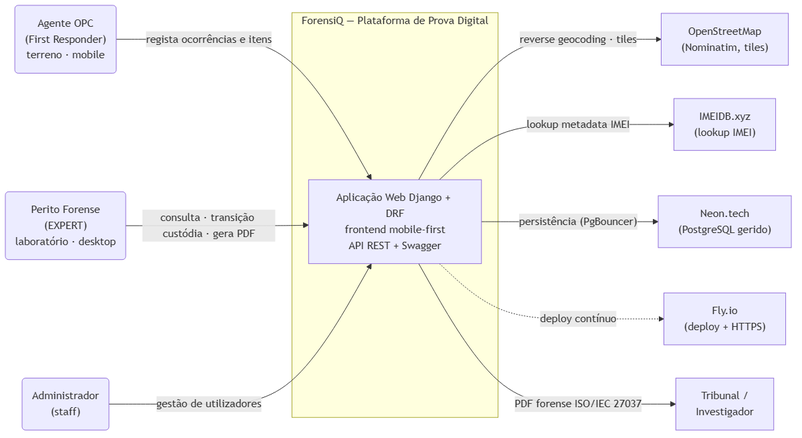
Before: docs/architecture/c4-context.png, a diagram exported from Mermaid (joao-pt/ForensiQ). Its source is kept beside it as docs/architecture/diagrams/c4-context.mmd.
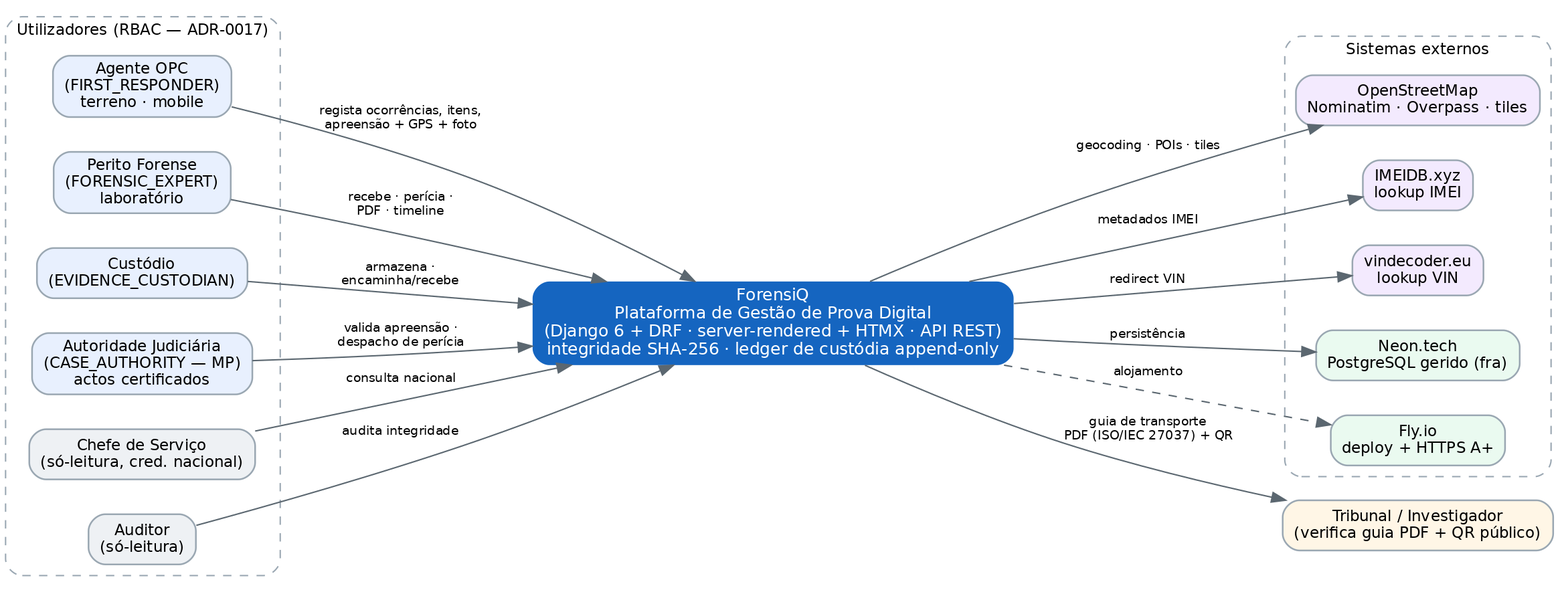
Above is the later version.

Change to the diagram source:
```diff
@@ -1,26 +1,33 @@
 
 flowchart LR
-    Agent("Agente OPC<br/>(First Responder)<br/>terreno · mobile")
-    Expert("Perito Forense<br/>(EXPERT)<br/>laboratório · desktop")
-    Admin("Administrador<br/>(staff)")
+    Agent("Agente OPC<br/>(FIRST_RESPONDER)<br/>terreno · mobile")
+    Expert("Perito Forense<br/>(FORENSIC_EXPERT)<br/>laboratório")
+    Custod("Custódio<br/>(EVIDENCE_CUSTODIAN)")
+    MP("Autoridade Judiciária<br/>(CASE_AUTHORITY — MP)<br/>actos certificados")
+    Chefe("Chefe de Serviço<br/>(só-leitura · cred. nacional)")
+    Auditor("Auditor<br/>(só-leitura)")
 
-    subgraph ForensiQ["ForensiQ — Plataforma de Prova Digital"]
-        App["Aplicação Web Django + DRF<br/>frontend mobile-first<br/>API REST + Swagger"]
+    subgraph ForensiQ["ForensiQ — Plataforma de Gestão de Prova Digital"]
+        App["Django 6 + DRF<br/>server-rendered + HTMX · API REST<br/>SHA-256 · ledger de custódia append-only"]
     end
 
-    OSM["OpenStreetMap<br/>(Nominatim, tiles)"]
+    OSM["OpenStreetMap<br/>(Nominatim · Overpass · tiles)"]
     IMEIDB["IMEIDB.xyz<br/>(lookup IMEI)"]
-    Neon["Neon.tech<br/>(PostgreSQL gerido)"]
-    Fly["Fly.io<br/>(deploy + HTTPS)"]
+    VIN["vindecoder.eu<br/>(lookup VIN)"]
+    Neon["Neon.tech<br/>(PostgreSQL gerido · fra)"]
+    Fly["Fly.io<br/>(deploy + HTTPS A+)"]
     Court["Tribunal /<br/>Investigador"]
 
-    Agent -->|"regista ocorrências e itens"| App
-    Expert -->|"consulta · transição custódia · gera PDF"| App
-    Admin -->|"gestão de utilizadores"| App
+    Agent -->|"regista ocorrências, itens, apreensão + GPS + foto"| App
+    Expert -->|"recebe · perícia · PDF · timeline"| App
+    Custod -->|"armazena · encaminha/recebe"| App
+    MP -->|"valida apreensão · despacho de perícia"| App
+    Chefe -->|"consulta nacional"| App
+    Auditor -->|"audita integridade"| App
 
-    App -->|"reverse geocoding · tiles"| OSM
+    App -->|"reverse geocoding · POIs · tiles"| OSM
     App -->|"lookup metadata IMEI"| IMEIDB
+    App -->|"redirect VIN"| VIN
     App -->|"persistência (PgBouncer)"| Neon
     App -.->|"deploy contínuo"| Fly
-
-    App -->|"PDF forense ISO/IEC 27037"| Court
+    App -->|"guia de transporte PDF (ISO/IEC 27037) + QR público"| Court
```
